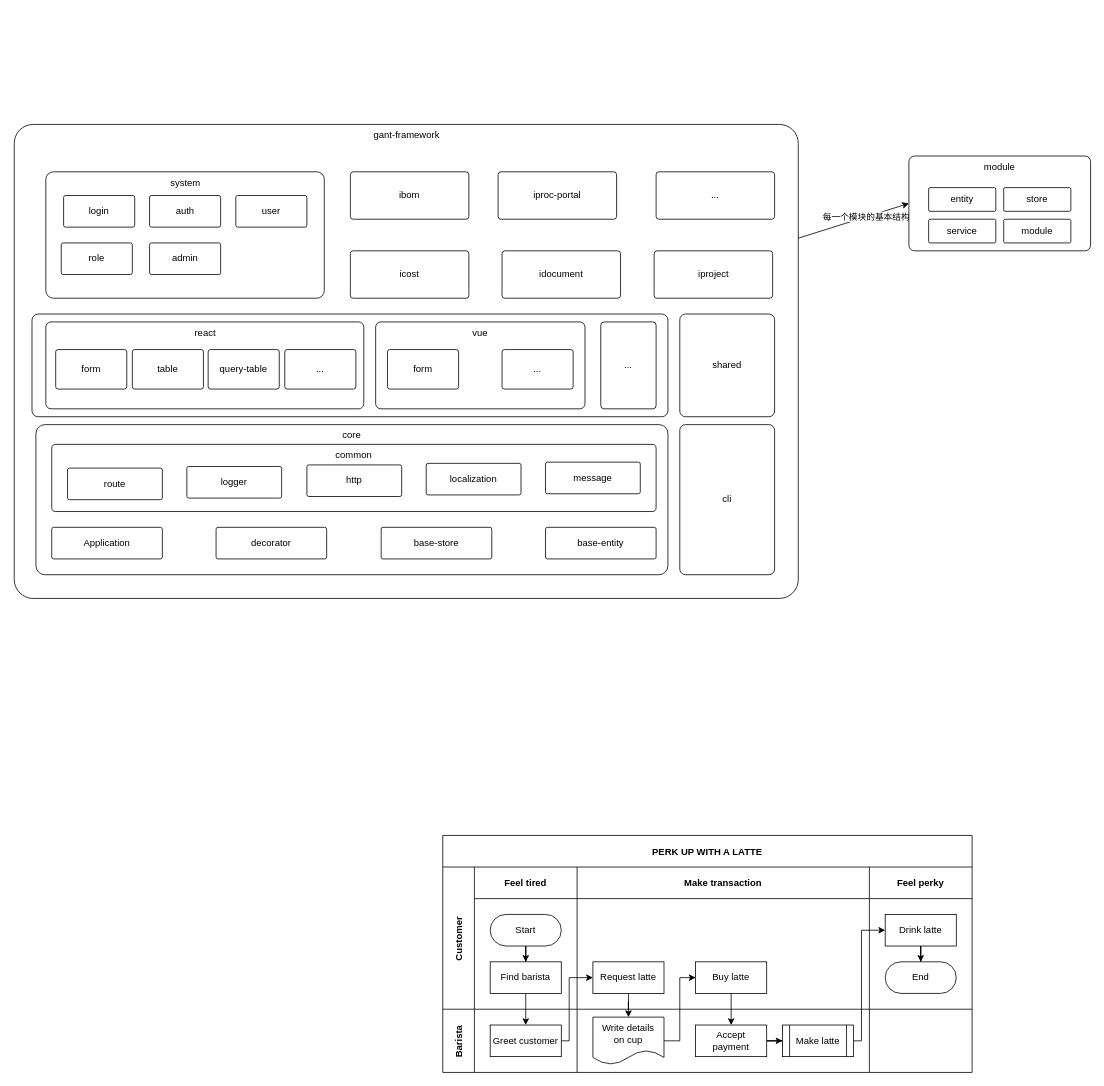
This is 未命名绘图.drawio from superchenwb/notes, a draw.io file, before an edit. Source tidied: cells renumbered, new cells numbered last; positions are measured from the earlier drawing's top-left corner, leaving out a move shared by most shapes. Both pictures are drawn from the tidied source at 79%, with x=0, y=0 at pixel (14, 124).
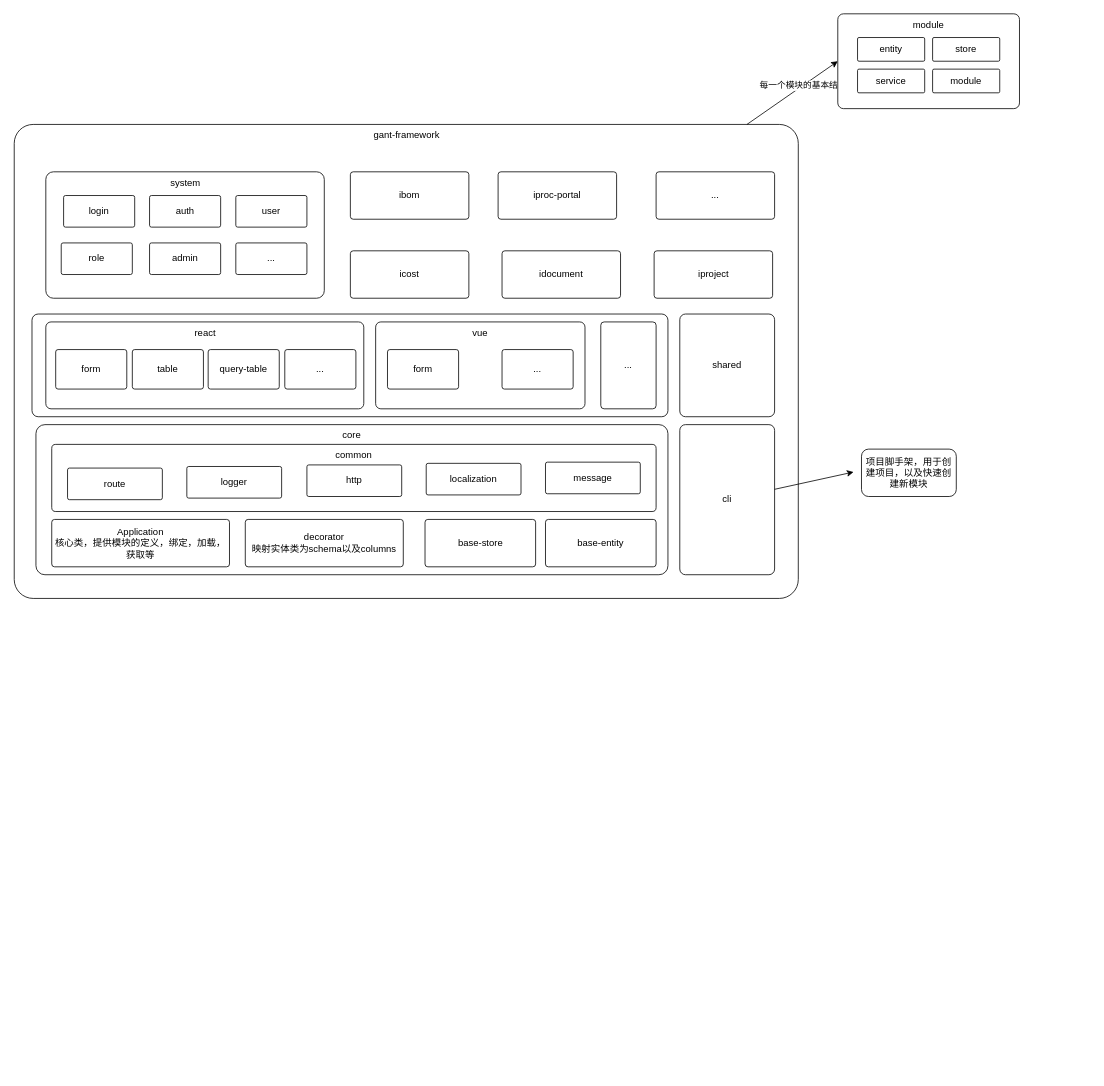
The same page after the edit.

Commit message:
更新未命名绘图.drawio

The change refers to these unchanged cells:
```xml
<mxCell id="44" value="cli" style="rounded=1;whiteSpace=wrap;html=1;arcSize=6;" parent="1" vertex="1">
  <mxGeometry x="842" y="380" width="120" height="190" as="geometry" />
</mxCell>
```

Change to the diagram source:
```diff
@@
-    <mxCell id="2" value="PERK UP WITH A LATTE" style="shape=table;childLayout=tableLayout;startSize=40;fillColor=none;fontStyle=1;" parent="1" vertex="1">
-      <mxGeometry x="542" y="900" width="670" height="300" as="geometry" />
-    </mxCell>
-    <mxCell id="3" style="edgeStyle=orthogonalEdgeStyle;rounded=0;jettySize=auto;html=1;" parent="2" edge="1" source="8" target="18">
-      <mxGeometry relative="1" as="geometry" />
-    </mxCell>
-    <mxCell id="4" value="Customer" style="shape=tableRow;horizontal=0;swimlaneHead=0;swimlaneBody=0;top=0;left=0;bottom=0;right=0;fillColor=none;startSize=40;fontStyle=1;" parent="2" vertex="1">
-      <mxGeometry y="40" width="670" height="180" as="geometry" />
-    </mxCell>
-    <mxCell id="5" value="Feel tired" style="swimlane;swimlaneHead=0;swimlaneBody=0;fillColor=none;startSize=40;fontStyle=1;" parent="4" vertex="1">
-      <mxGeometry x="40" width="130" height="180" as="geometry" />
-    </mxCell>
-    <mxCell id="6" style="edgeStyle=orthogonalEdgeStyle;rounded=0;jettySize=auto;html=1;" parent="5" edge="1" source="7" target="8">
-      <mxGeometry relative="1" as="geometry" />
-    </mxCell>
-    <mxCell id="7" value="Start" style="rounded=1;whiteSpace=wrap;html=1;arcSize=50;" parent="5" vertex="1">
-      <mxGeometry x="20" y="60" width="90" height="40" as="geometry" />
-    </mxCell>
-    <mxCell id="8" value="Find barista" style="rounded=0;whiteSpace=wrap;html=1;" parent="5" vertex="1">
-      <mxGeometry x="20" y="120" width="90" height="40" as="geometry" />
-    </mxCell>
-    <mxCell id="9" value="Make transaction" style="swimlane;swimlaneHead=0;swimlaneBody=0;fillColor=none;startSize=40;fontStyle=1;" parent="4" vertex="1">
-      <mxGeometry x="170" width="370" height="180" as="geometry" />
-    </mxCell>
-    <mxCell id="10" value="Request latte" style="rounded=0;whiteSpace=wrap;html=1;" parent="9" vertex="1">
-      <mxGeometry x="20" y="120" width="90" height="40" as="geometry" />
-    </mxCell>
-    <mxCell id="11" value="Buy latte" style="rounded=0;whiteSpace=wrap;html=1;" parent="9" vertex="1">
-      <mxGeometry x="150" y="120" width="90" height="40" as="geometry" />
-    </mxCell>
-    <mxCell id="12" value="Feel perky" style="swimlane;swimlaneHead=0;swimlaneBody=0;fillColor=none;startSize=40;fontStyle=1;" parent="4" vertex="1">
-      <mxGeometry x="540" width="130" height="180" as="geometry" />
-    </mxCell>
-    <mxCell id="13" style="edgeStyle=orthogonalEdgeStyle;rounded=0;jettySize=auto;html=1;" parent="12" edge="1" source="14" target="15">
-      <mxGeometry relative="1" as="geometry" />
-    </mxCell>
-    <mxCell id="14" value="Drink latte" style="rounded=0;whiteSpace=wrap;html=1;" parent="12" vertex="1">
-      <mxGeometry x="20" y="60" width="90" height="40" as="geometry" />
-    </mxCell>
-    <mxCell id="15" value="End" style="rounded=1;whiteSpace=wrap;html=1;arcSize=50;" parent="12" vertex="1">
-      <mxGeometry x="20" y="120" width="90" height="40" as="geometry" />
-    </mxCell>
-    <mxCell id="16" value="Barista" style="shape=tableRow;horizontal=0;swimlaneHead=0;swimlaneBody=0;top=0;left=0;bottom=0;right=0;fillColor=none;startSize=40;fontStyle=1;" parent="2" vertex="1">
-      <mxGeometry y="220" width="670" height="80" as="geometry" />
-    </mxCell>
-    <mxCell id="17" style="swimlane;swimlaneHead=0;swimlaneBody=0;fillColor=none;startSize=0;fontStyle=1;" parent="16" vertex="1">
-      <mxGeometry x="40" width="130" height="80" as="geometry" />
-    </mxCell>
-    <mxCell id="18" value="Greet customer" style="rounded=0;whiteSpace=wrap;html=1;" parent="17" vertex="1">
-      <mxGeometry x="20" y="20" width="90" height="40" as="geometry" />
-    </mxCell>
-    <mxCell id="19" style="swimlane;swimlaneHead=0;swimlaneBody=0;fillColor=none;startSize=0;fontStyle=1;" parent="16" vertex="1">
-      <mxGeometry x="170" width="370" height="80" as="geometry" />
-    </mxCell>
-    <mxCell id="20" style="edgeStyle=orthogonalEdgeStyle;rounded=0;jettySize=auto;html=1;" parent="19" edge="1" source="21" target="23">
-      <mxGeometry relative="1" as="geometry" />
-    </mxCell>
-    <mxCell id="21" value="Accept&lt;br&gt;payment" style="rounded=0;whiteSpace=wrap;html=1;" parent="19" vertex="1">
-      <mxGeometry x="150" y="20" width="90" height="40" as="geometry" />
-    </mxCell>
-    <mxCell id="22" value="Write details&lt;br&gt;on cup" style="shape=document;whiteSpace=wrap;html=1;boundedLbl=1;" parent="19" vertex="1">
-      <mxGeometry x="20" y="10" width="90" height="60" as="geometry" />
-    </mxCell>
-    <mxCell id="23" value="Make latte" style="shape=process;whiteSpace=wrap;html=1;backgroundOutline=1;" parent="19" vertex="1">
-      <mxGeometry x="260" y="20" width="90" height="40" as="geometry" />
-    </mxCell>
-    <mxCell id="24" style="swimlane;swimlaneHead=0;swimlaneBody=0;fillColor=none;startSize=0;fontStyle=1;" parent="16" vertex="1">
-      <mxGeometry x="540" width="130" height="80" as="geometry" />
-    </mxCell>
-    <mxCell id="25" style="edgeStyle=orthogonalEdgeStyle;rounded=0;jettySize=auto;html=1;" parent="2" edge="1" source="18" target="10">
-      <mxGeometry relative="1" as="geometry">
-        <Array as="points">
-          <mxPoint x="160" y="260" />
-          <mxPoint x="160" y="180" />
-        </Array>
-      </mxGeometry>
-    </mxCell>
-    <mxCell id="26" style="edgeStyle=orthogonalEdgeStyle;rounded=0;jettySize=auto;html=1;" parent="2" edge="1" source="10" target="22">
-      <mxGeometry relative="1" as="geometry" />
-    </mxCell>
-    <mxCell id="27" style="edgeStyle=orthogonalEdgeStyle;rounded=0;jettySize=auto;html=1;" parent="2" edge="1" source="22" target="11">
-      <mxGeometry relative="1" as="geometry">
-        <Array as="points">
-          <mxPoint x="300" y="260" />
-          <mxPoint x="300" y="180" />
-        </Array>
-      </mxGeometry>
-    </mxCell>
-    <mxCell id="28" style="edgeStyle=orthogonalEdgeStyle;rounded=0;jettySize=auto;html=1;" parent="2" edge="1" source="11" target="21">
-      <mxGeometry relative="1" as="geometry" />
-    </mxCell>
-    <mxCell id="29" style="edgeStyle=orthogonalEdgeStyle;rounded=0;jettySize=auto;html=1;" parent="2" edge="1" source="23" target="14">
-      <mxGeometry relative="1" as="geometry">
-        <Array as="points">
-          <mxPoint x="530" y="260" />
-          <mxPoint x="530" y="120" />
-        </Array>
-      </mxGeometry>
-    </mxCell>
@@
     <mxCell id="37" value="base-entity" style="rounded=1;whiteSpace=wrap;html=1;arcSize=6;" parent="1" vertex="1">
-      <mxGeometry x="672" y="510" width="140" height="40" as="geometry" />
+      <mxGeometry x="672" y="500" width="140" height="60" as="geometry" />
     </mxCell>
-    <mxCell id="38" value="Application" style="rounded=1;whiteSpace=wrap;html=1;arcSize=6;" parent="1" vertex="1">
-      <mxGeometry x="47" y="510" width="140" height="40" as="geometry" />
+    <mxCell id="38" value="Application&lt;br&gt;核心类，提供模块的定义，绑定，加载，获取等" style="rounded=1;whiteSpace=wrap;html=1;arcSize=6;" parent="1" vertex="1">
+      <mxGeometry x="47" y="500" width="225" height="60" as="geometry" />
     </mxCell>
-    <mxCell id="39" value="decorator" style="rounded=1;whiteSpace=wrap;html=1;arcSize=6;" parent="1" vertex="1">
-      <mxGeometry x="255" y="510" width="140" height="40" as="geometry" />
+    <mxCell id="39" value="decorator&lt;br&gt;映射实体类为schema以及columns" style="rounded=1;whiteSpace=wrap;html=1;arcSize=6;" parent="1" vertex="1">
+      <mxGeometry x="292" y="500" width="200" height="60" as="geometry" />
     </mxCell>
     <mxCell id="40" value="base-store" style="rounded=1;whiteSpace=wrap;html=1;arcSize=6;" parent="1" vertex="1">
-      <mxGeometry x="464" y="510" width="140" height="40" as="geometry" />
+      <mxGeometry x="519.5" y="500" width="140" height="60" as="geometry" />
     </mxCell>
@@
-    <mxCell id="61" value="module" style="rounded=1;whiteSpace=wrap;html=1;align=center;labelPosition=center;verticalLabelPosition=middle;verticalAlign=top;arcSize=6;" parent="1" vertex="1">
-      <mxGeometry x="1132" y="40" width="230" height="120" as="geometry" />
-    </mxCell>
-    <mxCell id="62" value="entity" style="rounded=1;whiteSpace=wrap;html=1;arcSize=6;" parent="1" vertex="1">
-      <mxGeometry x="1157" y="80" width="85" height="30" as="geometry" />
-    </mxCell>
-    <mxCell id="63" value="store" style="rounded=1;whiteSpace=wrap;html=1;arcSize=6;" parent="1" vertex="1">
-      <mxGeometry x="1252" y="80" width="85" height="30" as="geometry" />
-    </mxCell>
-    <mxCell id="64" value="service" style="rounded=1;whiteSpace=wrap;html=1;arcSize=6;" parent="1" vertex="1">
-      <mxGeometry x="1157" y="120" width="85" height="30" as="geometry" />
-    </mxCell>
-    <mxCell id="65" value="module" style="rounded=1;whiteSpace=wrap;html=1;arcSize=6;" parent="1" vertex="1">
-      <mxGeometry x="1252" y="120" width="85" height="30" as="geometry" />
-    </mxCell>
@@
+    <mxCell id="73" value="..." style="rounded=1;whiteSpace=wrap;html=1;arcSize=6;" parent="1" vertex="1">
+      <mxGeometry x="280" y="150" width="90" height="40" as="geometry" />
+    </mxCell>
+    <mxCell id="74" style="group;" parent="1" vertex="1">
+      <mxGeometry x="1042" y="-140" width="230" height="120" as="geometry" />
+    </mxCell>
+    <mxCell id="75" style="group;" parent="74" vertex="1">
+      <mxGeometry width="230" height="120" as="geometry" />
+    </mxCell>
+    <mxCell id="61" value="module" style="rounded=1;whiteSpace=wrap;html=1;align=center;labelPosition=center;verticalLabelPosition=middle;verticalAlign=top;arcSize=6;" parent="75" vertex="1">
+      <mxGeometry width="230" height="120" as="geometry" />
+    </mxCell>
+    <mxCell id="62" value="entity" style="rounded=1;whiteSpace=wrap;html=1;arcSize=6;" parent="75" vertex="1">
+      <mxGeometry x="25" y="30" width="85" height="30" as="geometry" />
+    </mxCell>
+    <mxCell id="63" value="store" style="rounded=1;whiteSpace=wrap;html=1;arcSize=6;" parent="75" vertex="1">
+      <mxGeometry x="120" y="30" width="85" height="30" as="geometry" />
+    </mxCell>
+    <mxCell id="64" value="service" style="rounded=1;whiteSpace=wrap;html=1;arcSize=6;" parent="75" vertex="1">
+      <mxGeometry x="25" y="70" width="85" height="30" as="geometry" />
+    </mxCell>
+    <mxCell id="65" value="module" style="rounded=1;whiteSpace=wrap;html=1;arcSize=6;" parent="75" vertex="1">
+      <mxGeometry x="120" y="70" width="85" height="30" as="geometry" />
+    </mxCell>
+    <mxCell id="76" style="endArrow=classic;html=1;rounded=0;" parent="1" edge="1" source="44">
+      <mxGeometry relative="1" as="geometry">
+        <mxPoint x="1062" y="440" as="targetPoint" />
+      </mxGeometry>
+    </mxCell>
+    <mxCell id="77" value="&lt;p id=&quot;20231108100705-vz7s2ok&quot;&gt;项目脚手架，用于创建项目，以及快速创建新模块&lt;/p&gt;" style="rounded=1;whiteSpace=wrap;html=1;" parent="1" vertex="1">
+      <mxGeometry x="1072" y="411" width="120" height="60" as="geometry" />
+    </mxCell>
```
